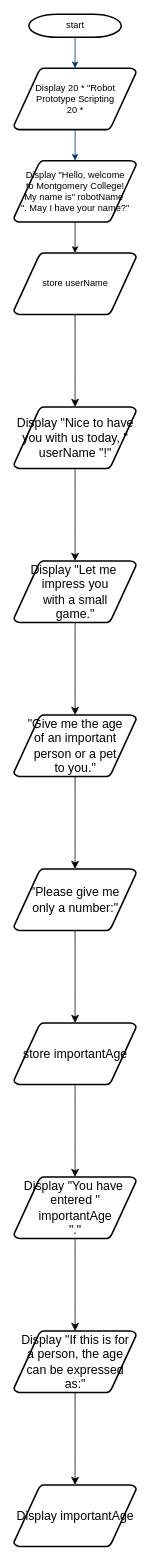
The draw.io diagram Flowcharting_Template.drawio in ksubero/CMSC_2023, before the edit. Source tidied: cells renumbered, new cells numbered last; positions are measured from the earlier drawing's top-left corner, leaving out a move shared by most shapes. Both pictures are drawn from the tidied source at 77%, with x=0, y=0 at pixel (13, 14).
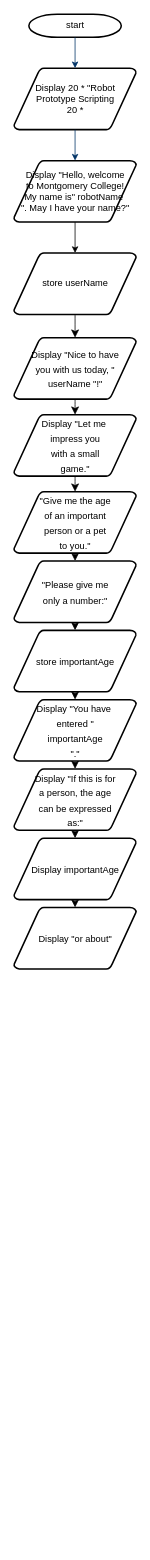
Above is the later version.

What changed in the source:
```diff
@@
-    <mxCell id="11" value="Display &quot;Nice to have&lt;br&gt;you with us today, &quot;&lt;br&gt;userName &quot;!&quot;" style="shape=mxgraph.flowchart.data;strokeWidth=2;gradientColor=none;gradientDirection=north;fontStyle=0;html=1;fontSize=16;" parent="1" vertex="1">
-      <mxGeometry x="0.5" y="510" width="159" height="80" as="geometry" />
+    <mxCell id="11" value="&lt;font style=&quot;font-size: 12px;&quot;&gt;Display &quot;Nice to have&lt;br&gt;you with us today, &quot;&lt;br&gt;userName &quot;!&quot;&lt;/font&gt;" style="shape=mxgraph.flowchart.data;strokeWidth=2;gradientColor=none;gradientDirection=north;fontStyle=0;html=1;fontSize=16;" parent="1" vertex="1">
+      <mxGeometry x="0.5" y="420" width="159" height="80" as="geometry" />
     </mxCell>
@@
-    <mxCell id="13" value="Display &quot;Let me&amp;nbsp;&lt;br&gt;impress you&lt;br&gt;with a small&lt;br&gt;game.&quot;" style="shape=mxgraph.flowchart.data;strokeWidth=2;gradientColor=none;gradientDirection=north;fontStyle=0;html=1;fontSize=16;" parent="1" vertex="1">
-      <mxGeometry x="0.5" y="710" width="159" height="80" as="geometry" />
+    <mxCell id="13" value="&lt;font style=&quot;font-size: 12px;&quot;&gt;Display &quot;Let me&amp;nbsp;&lt;br&gt;impress you&lt;br&gt;with a small&lt;br&gt;game.&quot;&lt;/font&gt;" style="shape=mxgraph.flowchart.data;strokeWidth=2;gradientColor=none;gradientDirection=north;fontStyle=0;html=1;fontSize=16;" parent="1" vertex="1">
+      <mxGeometry x="0.5" y="520" width="159" height="80" as="geometry" />
     </mxCell>
@@
-    <mxCell id="15" value="&quot;Give me the age&lt;br&gt;of an important&lt;br&gt;person or a pet&lt;br&gt;to you.&quot;" style="shape=mxgraph.flowchart.data;strokeWidth=2;gradientColor=none;gradientDirection=north;fontStyle=0;html=1;fontSize=16;" parent="1" vertex="1">
-      <mxGeometry x="0.5" y="910" width="159" height="80" as="geometry" />
+    <mxCell id="15" value="&lt;font style=&quot;font-size: 12px;&quot;&gt;&quot;Give me the age&lt;br&gt;of an important&lt;br&gt;person or a pet&lt;br&gt;to you.&quot;&lt;/font&gt;" style="shape=mxgraph.flowchart.data;strokeWidth=2;gradientColor=none;gradientDirection=north;fontStyle=0;html=1;fontSize=16;" parent="1" vertex="1">
+      <mxGeometry x="0.5" y="620" width="159" height="80" as="geometry" />
     </mxCell>
@@
-    <mxCell id="17" value="&quot;Please give me&lt;br&gt;only a number:&quot;" style="shape=mxgraph.flowchart.data;strokeWidth=2;gradientColor=none;gradientDirection=north;fontStyle=0;html=1;fontSize=16;" parent="1" vertex="1">
-      <mxGeometry x="0.5" y="1110" width="159" height="80" as="geometry" />
+    <mxCell id="17" value="&lt;font style=&quot;font-size: 12px;&quot;&gt;&quot;Please give me&lt;br&gt;only a number:&quot;&lt;/font&gt;" style="shape=mxgraph.flowchart.data;strokeWidth=2;gradientColor=none;gradientDirection=north;fontStyle=0;html=1;fontSize=16;" parent="1" vertex="1">
+      <mxGeometry x="0.5" y="710" width="159" height="80" as="geometry" />
     </mxCell>
@@
-    <mxCell id="19" value="store importantAge" style="shape=mxgraph.flowchart.data;strokeWidth=2;gradientColor=none;gradientDirection=north;fontStyle=0;html=1;fontSize=16;" parent="1" vertex="1">
-      <mxGeometry x="0.5" y="1310" width="159" height="80" as="geometry" />
+    <mxCell id="19" value="&lt;font style=&quot;font-size: 12px;&quot;&gt;store importantAge&lt;/font&gt;" style="shape=mxgraph.flowchart.data;strokeWidth=2;gradientColor=none;gradientDirection=north;fontStyle=0;html=1;fontSize=16;" parent="1" vertex="1">
+      <mxGeometry x="0.5" y="800" width="159" height="80" as="geometry" />
     </mxCell>
@@
-    <mxCell id="21" value="Display &quot;You have&amp;nbsp;&lt;br&gt;entered &quot;&lt;br&gt;importantAge&lt;br&gt;&quot;.&quot;" style="shape=mxgraph.flowchart.data;strokeWidth=2;gradientColor=none;gradientDirection=north;fontStyle=0;html=1;fontSize=16;" parent="1" vertex="1">
-      <mxGeometry x="0.5" y="1510" width="159" height="80" as="geometry" />
+    <mxCell id="21" value="&lt;font style=&quot;font-size: 12px;&quot;&gt;Display &quot;You have&amp;nbsp;&lt;br&gt;entered &quot;&lt;br&gt;importantAge&lt;br&gt;&quot;.&quot;&lt;/font&gt;" style="shape=mxgraph.flowchart.data;strokeWidth=2;gradientColor=none;gradientDirection=north;fontStyle=0;html=1;fontSize=16;" parent="1" vertex="1">
+      <mxGeometry x="0.5" y="890" width="159" height="80" as="geometry" />
     </mxCell>
@@
-    <mxCell id="23" value="Display &quot;If this is for&lt;br&gt;a person, the age&lt;br&gt;can be expressed&lt;br&gt;as:&quot;" style="shape=mxgraph.flowchart.data;strokeWidth=2;gradientColor=none;gradientDirection=north;fontStyle=0;html=1;fontSize=16;" parent="1" vertex="1">
-      <mxGeometry x="0.5" y="1710" width="159" height="80" as="geometry" />
+    <mxCell id="23" value="&lt;font style=&quot;font-size: 12px;&quot;&gt;Display &quot;If this is for&lt;br&gt;a person, the age&lt;br&gt;can be expressed&lt;br&gt;as:&quot;&lt;/font&gt;" style="shape=mxgraph.flowchart.data;strokeWidth=2;gradientColor=none;gradientDirection=north;fontStyle=0;html=1;fontSize=16;" parent="1" vertex="1">
+      <mxGeometry x="0.5" y="980" width="159" height="80" as="geometry" />
     </mxCell>
+    <mxCell id="25" style="edgeStyle=none;curved=1;rounded=0;jettySize=auto;html=1;fontSize=12;startSize=8;endSize=8;" parent="1" edge="1" source="24" target="26">
+      <mxGeometry relative="1" as="geometry" />
+    </mxCell>
-    <mxCell id="24" value="Display importantAge" style="shape=mxgraph.flowchart.data;strokeWidth=2;gradientColor=none;gradientDirection=north;fontStyle=0;html=1;fontSize=16;" parent="1" vertex="1">
-      <mxGeometry x="0.5" y="1910" width="159" height="80" as="geometry" />
+    <mxCell id="24" value="&lt;font style=&quot;font-size: 12px;&quot;&gt;Display importantAge&lt;/font&gt;" style="shape=mxgraph.flowchart.data;strokeWidth=2;gradientColor=none;gradientDirection=north;fontStyle=0;html=1;fontSize=16;" parent="1" vertex="1">
+      <mxGeometry x="0.5" y="1070" width="159" height="80" as="geometry" />
     </mxCell>
+    <mxCell id="26" value="&lt;font style=&quot;font-size: 12px;&quot;&gt;Display &quot;or about&quot;&lt;/font&gt;" style="shape=mxgraph.flowchart.data;strokeWidth=2;gradientColor=none;gradientDirection=north;fontStyle=0;html=1;fontSize=16;" parent="1" vertex="1">
+      <mxGeometry x="0.5" y="1160" width="159" height="80" as="geometry" />
+    </mxCell>
```
